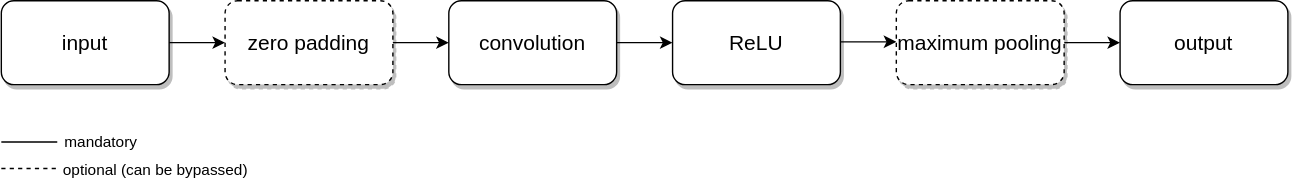
Above: doc/images/processing_element.svg in marph91/pocket-cnn (draw.io), before the change. Source tidied: cells renumbered, new cells last; positions are measured from the earlier drawing's top-left corner, leaving out a move shared by most shapes.
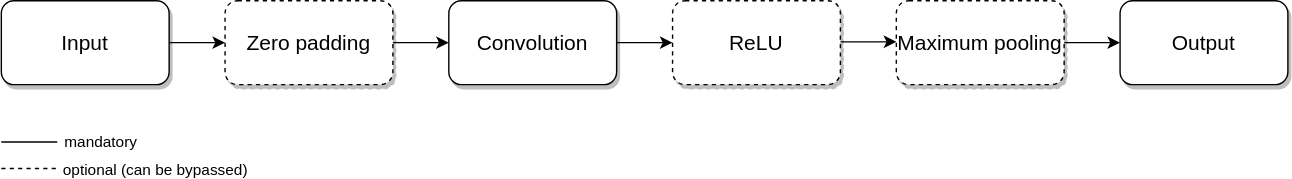
The same diagram one commit later.

The edit, as a diff of the source:
```diff
@@ -2,16 +2,16 @@
   <root>
     <mxCell id="0" />
     <mxCell id="1" parent="0" />
-    <mxCell id="2" value="&lt;font style=&quot;font-size: 15px;&quot;&gt;input&lt;/font&gt;" style="rounded=1;whiteSpace=wrap;html=1;fontSize=15;shadow=1;" parent="1" vertex="1">
+    <mxCell id="2" value="&lt;font style=&quot;font-size: 15px&quot;&gt;Input&lt;/font&gt;" style="rounded=1;whiteSpace=wrap;html=1;fontSize=15;shadow=1;" parent="1" vertex="1">
       <mxGeometry width="120" height="60" as="geometry" />
     </mxCell>
-    <mxCell id="3" value="&lt;font style=&quot;font-size: 15px;&quot;&gt;zero padding&lt;/font&gt;" style="rounded=1;whiteSpace=wrap;html=1;fontSize=15;dashed=1;shadow=1;" parent="1" vertex="1">
+    <mxCell id="3" value="&lt;font style=&quot;font-size: 15px&quot;&gt;Zero padding&lt;/font&gt;" style="rounded=1;whiteSpace=wrap;html=1;fontSize=15;dashed=1;shadow=1;" parent="1" vertex="1">
       <mxGeometry x="160" width="120" height="60" as="geometry" />
     </mxCell>
     <mxCell id="4" style="endArrow=classic;html=1;exitX=1;exitY=0.5;exitDx=0;exitDy=0;entryX=0;entryY=0.5;entryDx=0;entryDy=0;fontSize=15;" parent="1" edge="1" source="2" target="3">
       <mxGeometry relative="1" as="geometry" />
     </mxCell>
-    <mxCell id="5" value="&lt;font style=&quot;font-size: 15px;&quot;&gt;convolution&lt;/font&gt;" style="rounded=1;whiteSpace=wrap;html=1;glass=0;shadow=1;comic=0;fontSize=15;" parent="1" vertex="1">
+    <mxCell id="5" value="&lt;font style=&quot;font-size: 15px&quot;&gt;Convolution&lt;/font&gt;" style="rounded=1;whiteSpace=wrap;html=1;glass=0;shadow=1;comic=0;fontSize=15;" parent="1" vertex="1">
       <mxGeometry x="320" width="120" height="60" as="geometry" />
     </mxCell>
     <mxCell id="6" style="endArrow=classic;html=1;exitX=1;exitY=0.5;exitDx=0;exitDy=0;entryX=0;entryY=0.5;entryDx=0;entryDy=0;fontSize=15;" parent="1" edge="1" target="5">
@@ -25,7 +25,7 @@
         <mxPoint x="640" y="29.4" as="targetPoint" />
       </mxGeometry>
     </mxCell>
-    <mxCell id="8" value="&lt;font style=&quot;font-size: 15px;&quot;&gt;ReLU&lt;br style=&quot;font-size: 15px;&quot;&gt;&lt;/font&gt;" style="rounded=1;whiteSpace=wrap;html=1;fontSize=15;shadow=1;" parent="1" vertex="1">
+    <mxCell id="8" value="&lt;font style=&quot;font-size: 15px;&quot;&gt;ReLU&lt;br style=&quot;font-size: 15px;&quot;&gt;&lt;/font&gt;" style="rounded=1;whiteSpace=wrap;html=1;fontSize=15;shadow=1;dashed=1;" parent="1" vertex="1">
       <mxGeometry x="480" width="120" height="60" as="geometry" />
     </mxCell>
     <mxCell id="9" style="endArrow=classic;html=1;exitX=1;exitY=0.5;exitDx=0;exitDy=0;entryX=0;entryY=0.5;entryDx=0;entryDy=0;fontSize=15;" parent="1" edge="1" target="8">
@@ -33,7 +33,7 @@
         <mxPoint x="440" y="30" as="sourcePoint" />
       </mxGeometry>
     </mxCell>
-    <mxCell id="10" value="&lt;font style=&quot;font-size: 15px;&quot;&gt;&lt;font style=&quot;font-size: 15px;&quot;&gt;output&lt;/font&gt;&lt;br style=&quot;font-size: 15px;&quot;&gt;&lt;/font&gt;" style="rounded=1;whiteSpace=wrap;html=1;fontSize=15;shadow=1;" parent="1" vertex="1">
+    <mxCell id="10" value="&lt;font style=&quot;font-size: 15px&quot;&gt;&lt;font style=&quot;font-size: 15px&quot;&gt;Output&lt;/font&gt;&lt;br style=&quot;font-size: 15px&quot;&gt;&lt;/font&gt;" style="rounded=1;whiteSpace=wrap;html=1;fontSize=15;shadow=1;" parent="1" vertex="1">
       <mxGeometry x="800" width="120" height="60" as="geometry" />
     </mxCell>
     <mxCell id="11" style="endArrow=classic;html=1;exitX=1;exitY=0.5;exitDx=0;exitDy=0;entryX=0;entryY=0.5;entryDx=0;entryDy=0;fontSize=15;" parent="1" edge="1" target="10">
@@ -41,7 +41,7 @@
         <mxPoint x="760" y="30" as="sourcePoint" />
       </mxGeometry>
     </mxCell>
-    <mxCell id="12" value="&lt;font style=&quot;font-size: 15px;&quot;&gt;maximum pooling&lt;br style=&quot;font-size: 15px;&quot;&gt;&lt;/font&gt;" style="rounded=1;whiteSpace=wrap;html=1;fontSize=15;dashed=1;shadow=1;" parent="1" vertex="1">
+    <mxCell id="12" value="&lt;font style=&quot;font-size: 15px&quot;&gt;Maximum pooling&lt;br style=&quot;font-size: 15px&quot;&gt;&lt;/font&gt;" style="rounded=1;whiteSpace=wrap;html=1;fontSize=15;dashed=1;shadow=1;" parent="1" vertex="1">
       <mxGeometry x="640" width="120" height="60" as="geometry" />
     </mxCell>
     <mxCell id="13" style="endArrow=none;dashed=1;html=1;" parent="1" edge="1">
```
